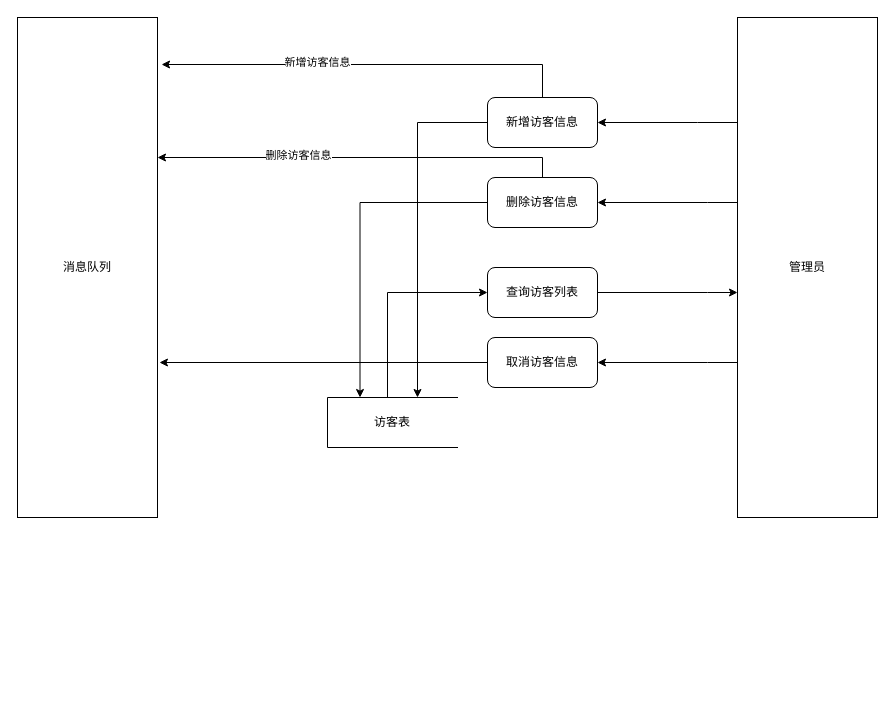
Before: 访客管理.drawio in Alger-g/diagrams, a draw.io diagram. Source tidied: cells renumbered, new cells numbered last; positions are measured from the earlier drawing's top-left corner, leaving out a move shared by most shapes. Both pictures are drawn from the tidied source at 100%, with x=0, y=0 at pixel (17, 17).
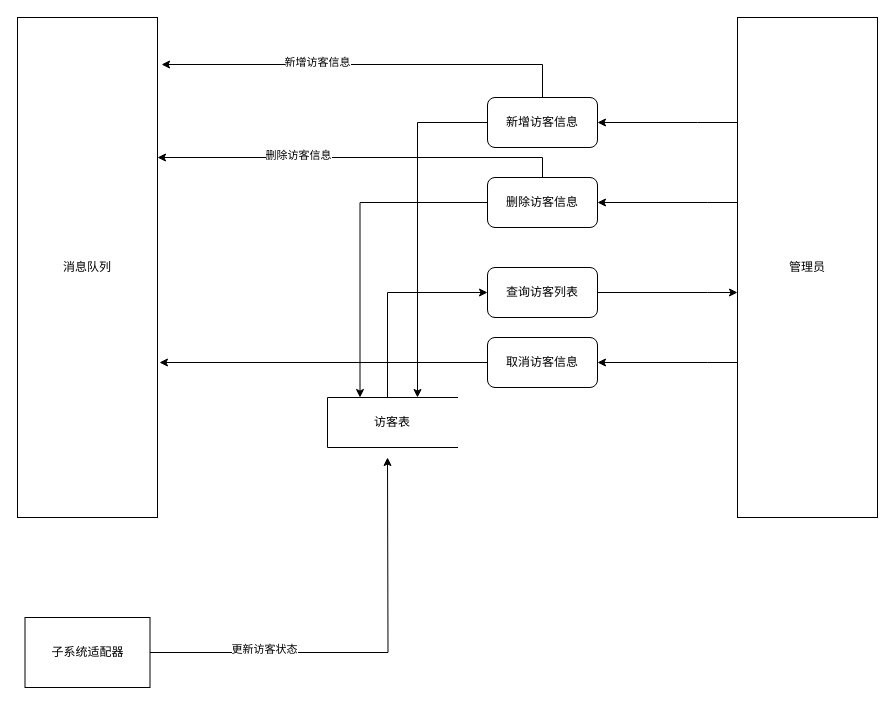
Above is the later version.

Commit message:
更新访客管理.drawio

Change to the diagram source:
```diff
@@
+    <mxCell id="21" style="edgeStyle=orthogonalEdgeStyle;rounded=0;jettySize=auto;html=1;" parent="1" edge="1" source="23">
+      <mxGeometry relative="1" as="geometry">
+        <mxPoint x="370" y="440" as="targetPoint" />
+      </mxGeometry>
+    </mxCell>
+    <mxCell id="22" value="更新访客状态" style="edgeLabel;html=1;align=center;verticalAlign=middle;" parent="21" vertex="1">
+      <mxGeometry x="-0.48" y="4" relative="1" as="geometry">
+        <mxPoint x="1" as="offset" />
+      </mxGeometry>
+    </mxCell>
+    <mxCell id="23" value="子系统适配器" style="rounded=0;whiteSpace=wrap;html=1;" parent="1" vertex="1">
+      <mxGeometry x="7.5" y="600" width="125" height="70" as="geometry" />
+    </mxCell>
```
